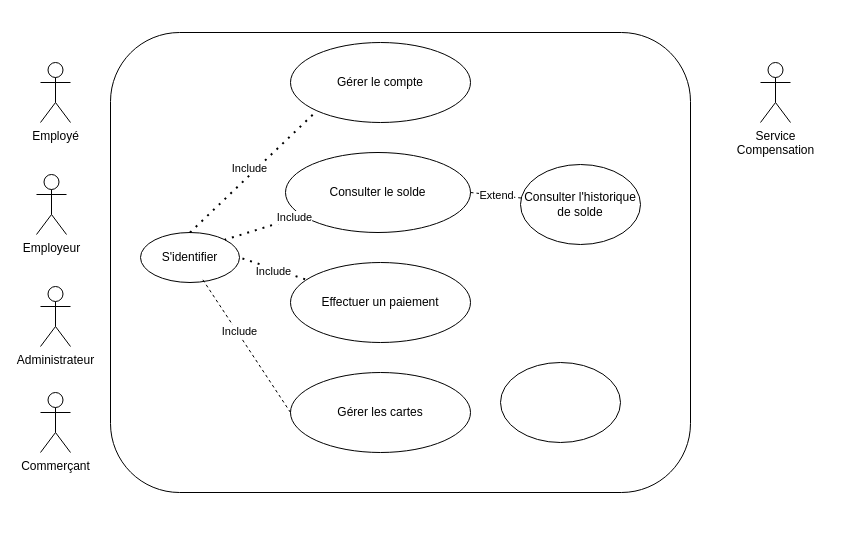
This is Avnetix.drawio from msisitr/aventix-design, a draw.io file, before an edit. Source tidied: cells renumbered, new cells numbered last; positions are measured from the earlier drawing's top-left corner, leaving out a move shared by most shapes. Both pictures are drawn from the tidied source at 100%, with x=0, y=0 at pixel (36, 32).
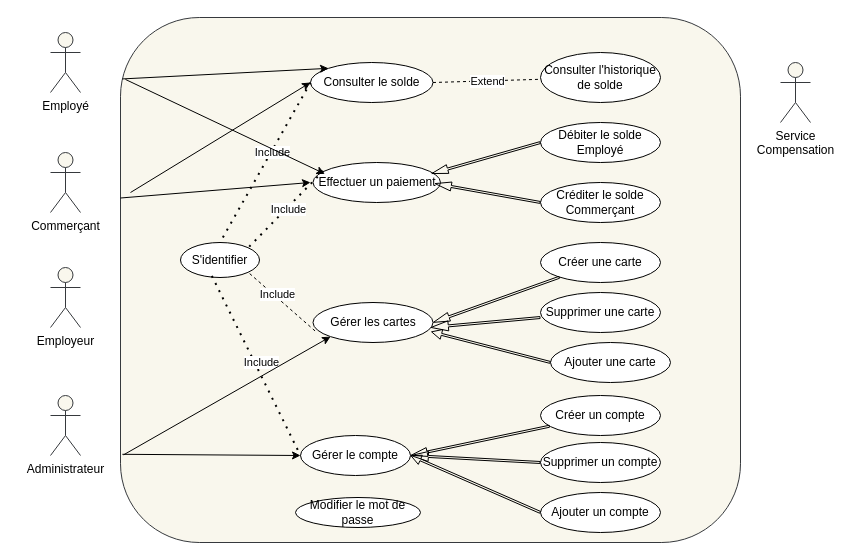
Above is the later version.

Commit message (it also covers changes not shown here):
Mettre à jour Avnetix.drawio

What changed in the source:
```diff
@@
-    <mxCell id="2" style="rounded=1;whiteSpace=wrap;html=1;" parent="1" vertex="1">
-      <mxGeometry x="74" width="580" height="460" as="geometry" />
+    <mxCell id="2" style="rounded=1;whiteSpace=wrap;html=1;fillColor=#f9f7ed;strokeColor=#36393d;" parent="1" vertex="1">
+      <mxGeometry x="84" y="-15" width="620" height="525" as="geometry" />
     </mxCell>
-    <mxCell id="3" value="Employé" style="shape=umlActor;verticalLabelPosition=bottom;verticalAlign=top;html=1;" parent="1" vertex="1">
-      <mxGeometry x="4" y="30" width="30" height="60" as="geometry" />
+    <mxCell id="3" value="Employé" style="shape=umlActor;verticalLabelPosition=bottom;verticalAlign=top;html=1;fillColor=#f9f7ed;strokeColor=#36393d;" parent="1" vertex="1">
+      <mxGeometry x="14" width="30" height="60" as="geometry" />
     </mxCell>
-    <mxCell id="4" value="&lt;div&gt;Commerçant&lt;/div&gt;" style="shape=umlActor;verticalLabelPosition=bottom;verticalAlign=top;html=1;" parent="1" vertex="1">
-      <mxGeometry x="4" y="360" width="30" height="60" as="geometry" />
+    <mxCell id="4" value="&lt;div&gt;Commerçant&lt;/div&gt;" style="shape=umlActor;verticalLabelPosition=bottom;verticalAlign=top;html=1;fillColor=#f9f7ed;strokeColor=#36393d;" parent="1" vertex="1">
+      <mxGeometry x="14" y="120" width="30" height="60" as="geometry" />
     </mxCell>
     <mxCell id="5" value="Effectuer un paiement " style="ellipse;whiteSpace=wrap;html=1;" parent="1" vertex="1">
-      <mxGeometry x="254" y="230" width="180" height="80" as="geometry" />
+      <mxGeometry x="276.5" y="130" width="127.5" height="40" as="geometry" />
     </mxCell>
     <mxCell id="6" value="Gérer le compte" style="ellipse;whiteSpace=wrap;html=1;" parent="1" vertex="1">
-      <mxGeometry x="254" y="10" width="180" height="80" as="geometry" />
+      <mxGeometry x="264" y="403" width="110" height="40" as="geometry" />
     </mxCell>
     <mxCell id="7" value="S'identifier" style="ellipse;whiteSpace=wrap;html=1;" parent="1" vertex="1">
-      <mxGeometry x="104" y="200" width="99" height="50" as="geometry" />
+      <mxGeometry x="144" y="210" width="79" height="35" as="geometry" />
     </mxCell>
     <mxCell id="8" value="Gérer les cartes" style="ellipse;whiteSpace=wrap;html=1;" parent="1" vertex="1">
-      <mxGeometry x="254" y="340" width="180" height="80" as="geometry" />
+      <mxGeometry x="276.5" y="270" width="120" height="40" as="geometry" />
     </mxCell>
-    <mxCell id="9" value="Employeur" style="shape=umlActor;verticalLabelPosition=bottom;verticalAlign=top;html=1;" parent="1" vertex="1">
-      <mxGeometry y="142" width="30" height="60" as="geometry" />
+    <mxCell id="9" value="Employeur" style="shape=umlActor;verticalLabelPosition=bottom;verticalAlign=top;html=1;fillColor=#f9f7ed;strokeColor=#36393d;" parent="1" vertex="1">
+      <mxGeometry x="14" y="235" width="30" height="60" as="geometry" />
     </mxCell>
-    <mxCell id="10" value="Administrateur" style="shape=umlActor;verticalLabelPosition=bottom;verticalAlign=top;html=1;" parent="1" vertex="1">
-      <mxGeometry x="4" y="254" width="30" height="60" as="geometry" />
+    <mxCell id="10" value="Administrateur" style="shape=umlActor;verticalLabelPosition=bottom;verticalAlign=top;html=1;fillColor=#f9f7ed;strokeColor=#36393d;" parent="1" vertex="1">
+      <mxGeometry x="14" y="363" width="30" height="60" as="geometry" />
     </mxCell>
     <mxCell id="11" value="Consulter le solde" style="ellipse;whiteSpace=wrap;html=1;" parent="1" vertex="1">
-      <mxGeometry x="249" y="120" width="185" height="80" as="geometry" />
+      <mxGeometry x="274" y="30" width="122.5" height="40" as="geometry" />
     </mxCell>
-    <mxCell id="12" style="endArrow=none;dashed=1;html=1;dashPattern=1 3;strokeWidth=2;rounded=0;exitX=0.081;exitY=0.21;exitDx=0;exitDy=0;entryX=1;entryY=0.5;entryDx=0;entryDy=0;exitPerimeter=0;" parent="1" edge="1" source="5" target="7">
+    <mxCell id="12" style="endArrow=none;dashed=1;html=1;dashPattern=1 3;strokeWidth=2;rounded=0;exitX=0.081;exitY=0.21;exitDx=0;exitDy=0;entryX=1;entryY=0;entryDx=0;entryDy=0;exitPerimeter=0;" parent="1" edge="1" source="5" target="7">
       <mxGeometry relative="1" as="geometry" />
     </mxCell>
@@
-    <mxCell id="14" style="endArrow=none;dashed=1;html=1;rounded=0;exitX=0;exitY=0.5;exitDx=0;exitDy=0;entryX=0.624;entryY=0.928;entryDx=0;entryDy=0;entryPerimeter=0;" parent="1" edge="1" source="8" target="7">
+    <mxCell id="14" style="endArrow=none;dashed=1;html=1;rounded=0;entryX=1;entryY=1;entryDx=0;entryDy=0;exitX=0.017;exitY=0.71;exitDx=0;exitDy=0;exitPerimeter=0;" parent="1" edge="1" source="8" target="7">
       <mxGeometry relative="1" as="geometry" />
     </mxCell>
@@
-    <mxCell id="16" style="endArrow=none;dashed=1;html=1;dashPattern=1 3;strokeWidth=2;rounded=0;entryX=1;entryY=0;entryDx=0;entryDy=0;" parent="1" edge="1" source="11" target="7">
+    <mxCell id="16" style="endArrow=none;dashed=1;html=1;dashPattern=1 3;strokeWidth=2;rounded=0;entryX=0.5;entryY=0;entryDx=0;entryDy=0;exitX=0;exitY=0.5;exitDx=0;exitDy=0;" parent="1" edge="1" source="11" target="7">
       <mxGeometry relative="1" as="geometry" />
     </mxCell>
     <mxCell id="17" value="Include" style="edgeLabel;html=1;align=center;verticalAlign=middle;" parent="16" vertex="1">
       <mxGeometry x="0.01" relative="1" as="geometry">
-        <mxPoint x="31" y="-11" as="offset" />
+        <mxPoint x="7" y="-11" as="offset" />
       </mxGeometry>
     </mxCell>
-    <mxCell id="18" style="endArrow=none;dashed=1;html=1;dashPattern=1 3;strokeWidth=2;rounded=0;exitX=0.5;exitY=0;exitDx=0;exitDy=0;entryX=0;entryY=1;entryDx=0;entryDy=0;" parent="1" edge="1" source="7" target="6">
+    <mxCell id="18" style="endArrow=none;dashed=1;html=1;dashPattern=1 3;strokeWidth=2;rounded=0;exitX=0.397;exitY=0.954;exitDx=0;exitDy=0;entryX=0;entryY=0.5;entryDx=0;entryDy=0;exitPerimeter=0;" parent="1" edge="1" source="7" target="6">
       <mxGeometry relative="1" as="geometry" />
     </mxCell>
@@
-    <mxCell id="20" value="&lt;div&gt;Service&lt;/div&gt;&lt;div&gt;Compensation&lt;/div&gt;" style="shape=umlActor;verticalLabelPosition=bottom;verticalAlign=top;html=1;" parent="1" vertex="1">
-      <mxGeometry x="724" y="30" width="30" height="60" as="geometry" />
+    <mxCell id="20" value="&lt;div&gt;Service&lt;/div&gt;&lt;div&gt;Compensation&lt;/div&gt;" style="shape=umlActor;verticalLabelPosition=bottom;verticalAlign=top;html=1;fillColor=#f9f7ed;strokeColor=#36393d;" parent="1" vertex="1">
+      <mxGeometry x="744" y="30" width="30" height="60" as="geometry" />
     </mxCell>
@@
     <mxCell id="23" value="Consulter l'historique de solde" style="ellipse;whiteSpace=wrap;html=1;" parent="1" vertex="1">
-      <mxGeometry x="484" y="132" width="120" height="80" as="geometry" />
+      <mxGeometry x="504" y="20" width="120" height="50" as="geometry" />
     </mxCell>
-    <mxCell id="24" style="ellipse;whiteSpace=wrap;html=1;" parent="1" vertex="1">
-      <mxGeometry x="464" y="330" width="120" height="80" as="geometry" />
-    </mxCell>
+    <mxCell id="25" value="Créer une carte " style="ellipse;whiteSpace=wrap;html=1;" parent="1" vertex="1">
+      <mxGeometry x="504" y="210" width="120" height="40" as="geometry" />
+    </mxCell>
+    <mxCell id="26" style="shape=flexArrow;endArrow=classic;html=1;rounded=0;width=2;endSize=5.14;endWidth=6;entryX=1;entryY=0.5;entryDx=0;entryDy=0;" parent="1" edge="1" source="25" target="8">
+      <mxGeometry relative="1" as="geometry" />
+    </mxCell>
+    <mxCell id="27" value="Supprimer une carte" style="ellipse;whiteSpace=wrap;html=1;" parent="1" vertex="1">
+      <mxGeometry x="504" y="260" width="120" height="40" as="geometry" />
+    </mxCell>
+    <mxCell id="28" value="Ajouter une carte" style="ellipse;whiteSpace=wrap;html=1;" parent="1" vertex="1">
+      <mxGeometry x="514" y="310" width="120" height="40" as="geometry" />
+    </mxCell>
+    <mxCell id="29" style="shape=flexArrow;endArrow=classic;html=1;rounded=0;width=2;endSize=5.46;exitX=0;exitY=0.5;exitDx=0;exitDy=0;endWidth=7;" parent="1" edge="1">
+      <mxGeometry relative="1" as="geometry">
+        <mxPoint x="504" y="285" as="sourcePoint" />
+        <mxPoint x="394" y="295" as="targetPoint" />
+      </mxGeometry>
+    </mxCell>
+    <mxCell id="30" style="shape=flexArrow;endArrow=classic;html=1;rounded=0;width=2;endSize=3.07;exitX=0;exitY=0.5;exitDx=0;exitDy=0;endWidth=7;entryX=0.984;entryY=0.73;entryDx=0;entryDy=0;entryPerimeter=0;" parent="1" edge="1" source="28" target="8">
+      <mxGeometry relative="1" as="geometry" />
+    </mxCell>
+    <mxCell id="31" value="Créer un compte" style="ellipse;whiteSpace=wrap;html=1;" parent="1" vertex="1">
+      <mxGeometry x="504" y="363" width="120" height="40" as="geometry" />
+    </mxCell>
+    <mxCell id="32" style="shape=flexArrow;endArrow=classic;html=1;rounded=0;width=2;endSize=5.14;endWidth=6;entryX=1;entryY=0.5;entryDx=0;entryDy=0;" parent="1" edge="1" source="31" target="6">
+      <mxGeometry relative="1" as="geometry" />
+    </mxCell>
+    <mxCell id="33" value="Supprimer un compte" style="ellipse;whiteSpace=wrap;html=1;" parent="1" vertex="1">
+      <mxGeometry x="504" y="410" width="120" height="40" as="geometry" />
+    </mxCell>
+    <mxCell id="34" value="Ajouter un compte" style="ellipse;whiteSpace=wrap;html=1;" parent="1" vertex="1">
+      <mxGeometry x="504" y="460" width="120" height="40" as="geometry" />
+    </mxCell>
+    <mxCell id="35" style="shape=flexArrow;endArrow=classic;html=1;rounded=0;width=2;endSize=5.46;exitX=0;exitY=0.5;exitDx=0;exitDy=0;endWidth=7;entryX=1;entryY=0.5;entryDx=0;entryDy=0;" parent="1" edge="1" source="33" target="6">
+      <mxGeometry relative="1" as="geometry" />
+    </mxCell>
+    <mxCell id="36" style="shape=flexArrow;endArrow=classic;html=1;rounded=0;entryX=1;entryY=0.5;entryDx=0;entryDy=0;width=2;endSize=3.07;exitX=0;exitY=0.5;exitDx=0;exitDy=0;endWidth=7;" parent="1" edge="1" source="34" target="6">
+      <mxGeometry relative="1" as="geometry" />
+    </mxCell>
+    <mxCell id="37" value="Créditer le solde Commerçant" style="ellipse;whiteSpace=wrap;html=1;" parent="1" vertex="1">
+      <mxGeometry x="504" y="150" width="120" height="40" as="geometry" />
+    </mxCell>
+    <mxCell id="38" value="Débiter le solde Employé" style="ellipse;whiteSpace=wrap;html=1;" parent="1" vertex="1">
+      <mxGeometry x="504" y="90" width="120" height="40" as="geometry" />
+    </mxCell>
+    <mxCell id="39" style="shape=flexArrow;endArrow=classic;html=1;rounded=0;width=2;endSize=5.14;endWidth=6;entryX=0.928;entryY=0.28;entryDx=0;entryDy=0;entryPerimeter=0;exitX=0;exitY=0.5;exitDx=0;exitDy=0;" parent="1" edge="1" source="38" target="5">
+      <mxGeometry relative="1" as="geometry" />
+    </mxCell>
+    <mxCell id="40" style="shape=flexArrow;endArrow=classic;html=1;rounded=0;width=2;endSize=5.14;endWidth=6;entryX=0.928;entryY=0.28;entryDx=0;entryDy=0;entryPerimeter=0;exitX=0;exitY=0.5;exitDx=0;exitDy=0;" parent="1" edge="1" source="37">
+      <mxGeometry relative="1" as="geometry">
+        <mxPoint x="398" y="151" as="targetPoint" />
+      </mxGeometry>
+    </mxCell>
+    <mxCell id="41" style="endArrow=classic;html=1;rounded=0;entryX=0;entryY=0.5;entryDx=0;entryDy=0;exitX=0.003;exitY=0.832;exitDx=0;exitDy=0;exitPerimeter=0;" parent="1" edge="1" source="2" target="6">
+      <mxGeometry relative="1" as="geometry" />
+    </mxCell>
+    <mxCell id="42" style="endArrow=classic;html=1;rounded=0;entryX=0;entryY=1;entryDx=0;entryDy=0;exitX=0.005;exitY=0.833;exitDx=0;exitDy=0;exitPerimeter=0;" parent="1" edge="1" source="2" target="8">
+      <mxGeometry relative="1" as="geometry" />
+    </mxCell>
+    <mxCell id="43" style="endArrow=classic;html=1;rounded=0;entryX=0;entryY=0;entryDx=0;entryDy=0;exitX=0.003;exitY=0.117;exitDx=0;exitDy=0;exitPerimeter=0;" parent="1" edge="1" source="2" target="11">
+      <mxGeometry relative="1" as="geometry" />
+    </mxCell>
+    <mxCell id="44" value="Modifier le mot de passe" style="ellipse;whiteSpace=wrap;html=1;" parent="1" vertex="1">
+      <mxGeometry x="259" y="465" width="125" height="30" as="geometry" />
+    </mxCell>
+    <mxCell id="45" style="endArrow=classic;html=1;rounded=0;exitX=0.008;exitY=0.118;exitDx=0;exitDy=0;exitPerimeter=0;entryX=0.093;entryY=0.285;entryDx=0;entryDy=0;entryPerimeter=0;" parent="1" edge="1" source="2" target="5">
+      <mxGeometry relative="1" as="geometry" />
+    </mxCell>
+    <mxCell id="46" style="endArrow=classic;html=1;rounded=0;exitX=0.003;exitY=0.117;exitDx=0;exitDy=0;exitPerimeter=0;" parent="1" edge="1">
+      <mxGeometry relative="1" as="geometry">
+        <mxPoint x="84" y="165.5" as="sourcePoint" />
+        <mxPoint x="274" y="150" as="targetPoint" />
+      </mxGeometry>
+    </mxCell>
+    <mxCell id="47" style="endArrow=classic;html=1;rounded=0;entryX=0;entryY=0.5;entryDx=0;entryDy=0;" parent="1" edge="1" target="11">
+      <mxGeometry relative="1" as="geometry">
+        <mxPoint x="94" y="160" as="sourcePoint" />
+      </mxGeometry>
+    </mxCell>
```
